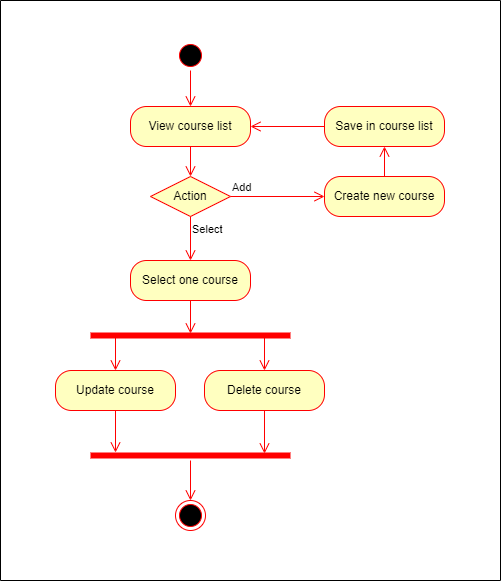
Before: Materials/Activity Diagrams/AD_Manage Course.png, a diagram exported from draw.io (iprosenjitp/Tech-School). Source tidied: cells renumbered, new cells last; positions are measured from the earlier drawing's top-left corner, leaving out a move shared by most shapes. Source of this version:
```xml
<mxGraphModel background="#ffffff">
  <root>
    <mxCell id="0" />
    <mxCell id="1" parent="0" />
    <mxCell id="2" style="ellipse;html=1;shape=startState;fillColor=#000000;strokeColor=#ff0000;" parent="1" vertex="1">
      <mxGeometry x="175" y="40" width="30" height="30" as="geometry" />
    </mxCell>
    <mxCell id="3" style="edgeStyle=orthogonalEdgeStyle;html=1;verticalAlign=bottom;endArrow=open;endSize=8;strokeColor=#ff0000;rounded=0;entryX=0.5;entryY=0;entryDx=0;entryDy=0;" parent="1" edge="1" source="2" target="4">
      <mxGeometry relative="1" as="geometry" />
    </mxCell>
    <mxCell id="4" value="View course list" style="rounded=1;whiteSpace=wrap;html=1;arcSize=40;fontColor=#000000;fillColor=#ffffc0;strokeColor=#ff0000;" parent="1" vertex="1">
      <mxGeometry x="130" y="106" width="120" height="40" as="geometry" />
    </mxCell>
    <mxCell id="5" style="edgeStyle=orthogonalEdgeStyle;html=1;verticalAlign=bottom;endArrow=open;endSize=8;strokeColor=#ff0000;rounded=0;" parent="1" edge="1" source="4" target="17">
      <mxGeometry relative="1" as="geometry" />
    </mxCell>
    <mxCell id="6" value="Select one course" style="rounded=1;whiteSpace=wrap;html=1;arcSize=40;fontColor=#000000;fillColor=#ffffc0;strokeColor=#ff0000;" parent="1" vertex="1">
      <mxGeometry x="130" y="260" width="120" height="40" as="geometry" />
    </mxCell>
    <mxCell id="7" style="edgeStyle=orthogonalEdgeStyle;html=1;verticalAlign=bottom;endArrow=open;endSize=8;strokeColor=#ff0000;rounded=0;entryX=0.5;entryY=0.3;entryDx=0;entryDy=0;entryPerimeter=0;" parent="1" edge="1" source="6" target="8">
      <mxGeometry relative="1" as="geometry" />
    </mxCell>
    <mxCell id="8" style="shape=line;html=1;strokeWidth=6;strokeColor=#ff0000;" parent="1" vertex="1">
      <mxGeometry x="90" y="330" width="200" height="10" as="geometry" />
    </mxCell>
    <mxCell id="9" style="edgeStyle=orthogonalEdgeStyle;rounded=0;jettySize=auto;html=1;exitX=0.125;exitY=0.5;exitDx=0;exitDy=0;entryX=0.5;entryY=0;entryDx=0;entryDy=0;exitPerimeter=0;fillColor=#f8cecc;strokeColor=#FF0000;endArrow=open;endFill=0;endSize=8;" parent="1" edge="1" source="8" target="11">
      <mxGeometry relative="1" as="geometry" />
    </mxCell>
    <mxCell id="10" style="edgeStyle=orthogonalEdgeStyle;rounded=0;jettySize=auto;html=1;exitX=0.5;exitY=1;exitDx=0;exitDy=0;entryX=0.125;entryY=0.2;entryDx=0;entryDy=0;entryPerimeter=0;endArrow=open;endFill=0;endSize=8;strokeColor=#FF0000;" parent="1" edge="1" source="11" target="15">
      <mxGeometry relative="1" as="geometry" />
    </mxCell>
    <mxCell id="11" value="Update course" style="rounded=1;whiteSpace=wrap;html=1;arcSize=40;fontColor=#000000;fillColor=#ffffc0;strokeColor=#ff0000;" parent="1" vertex="1">
      <mxGeometry x="55" y="370" width="120" height="40" as="geometry" />
    </mxCell>
    <mxCell id="12" style="edgeStyle=orthogonalEdgeStyle;rounded=0;jettySize=auto;html=1;exitX=0.87;exitY=0.6;exitDx=0;exitDy=0;entryX=0.5;entryY=0;entryDx=0;entryDy=0;exitPerimeter=0;fillColor=#f8cecc;strokeColor=#FF0000;endArrow=open;endFill=0;endSize=8;" parent="1" edge="1" source="8" target="14">
      <mxGeometry relative="1" as="geometry" />
    </mxCell>
    <mxCell id="13" style="edgeStyle=orthogonalEdgeStyle;rounded=0;jettySize=auto;html=1;exitX=0.5;exitY=1;exitDx=0;exitDy=0;entryX=0.87;entryY=0.3;entryDx=0;entryDy=0;entryPerimeter=0;endArrow=open;endFill=0;endSize=8;strokeColor=#FF0000;" parent="1" edge="1" source="14" target="15">
      <mxGeometry relative="1" as="geometry" />
    </mxCell>
    <mxCell id="14" value="Delete course" style="rounded=1;whiteSpace=wrap;html=1;arcSize=40;fontColor=#000000;fillColor=#ffffc0;strokeColor=#ff0000;" parent="1" vertex="1">
      <mxGeometry x="204" y="370" width="120" height="40" as="geometry" />
    </mxCell>
    <mxCell id="15" style="shape=line;html=1;strokeWidth=6;strokeColor=#ff0000;" parent="1" vertex="1">
      <mxGeometry x="90" y="450" width="200" height="10" as="geometry" />
    </mxCell>
    <mxCell id="16" style="edgeStyle=orthogonalEdgeStyle;html=1;verticalAlign=bottom;endArrow=open;endSize=8;strokeColor=#ff0000;rounded=0;entryX=0.5;entryY=0;entryDx=0;entryDy=0;" parent="1" edge="1" source="15" target="24">
      <mxGeometry relative="1" as="geometry" />
    </mxCell>
    <mxCell id="17" value="Action" style="rhombus;whiteSpace=wrap;html=1;fontColor=#000000;fillColor=#ffffc0;strokeColor=#ff0000;" parent="1" vertex="1">
      <mxGeometry x="150" y="176" width="80" height="40" as="geometry" />
    </mxCell>
    <mxCell id="18" value="Add" style="edgeStyle=orthogonalEdgeStyle;html=1;align=left;verticalAlign=bottom;endArrow=open;endSize=8;strokeColor=#ff0000;rounded=0;entryX=0;entryY=0.5;entryDx=0;entryDy=0;" parent="1" edge="1" source="17" target="20">
      <mxGeometry x="-1" relative="1" as="geometry" />
    </mxCell>
    <mxCell id="19" value="Select" style="edgeStyle=orthogonalEdgeStyle;html=1;align=left;verticalAlign=top;endArrow=open;endSize=8;strokeColor=#ff0000;rounded=0;entryX=0.5;entryY=0;entryDx=0;entryDy=0;" parent="1" edge="1" source="17" target="6">
      <mxGeometry x="-1" relative="1" as="geometry" />
    </mxCell>
    <mxCell id="20" value="Create new course" style="rounded=1;whiteSpace=wrap;html=1;arcSize=40;fontColor=#000000;fillColor=#ffffc0;strokeColor=#ff0000;" parent="1" vertex="1">
      <mxGeometry x="324" y="176" width="120" height="40" as="geometry" />
    </mxCell>
    <mxCell id="21" style="edgeStyle=orthogonalEdgeStyle;html=1;verticalAlign=bottom;endArrow=open;endSize=8;strokeColor=#ff0000;rounded=0;entryX=0.5;entryY=1;entryDx=0;entryDy=0;" parent="1" edge="1" source="20" target="22">
      <mxGeometry relative="1" as="geometry" />
    </mxCell>
    <mxCell id="22" value="Save in course list" style="rounded=1;whiteSpace=wrap;html=1;arcSize=40;fontColor=#000000;fillColor=#ffffc0;strokeColor=#ff0000;" parent="1" vertex="1">
      <mxGeometry x="324" y="106" width="120" height="40" as="geometry" />
    </mxCell>
    <mxCell id="23" style="edgeStyle=orthogonalEdgeStyle;html=1;verticalAlign=bottom;endArrow=open;endSize=8;strokeColor=#ff0000;rounded=0;entryX=1;entryY=0.5;entryDx=0;entryDy=0;" parent="1" edge="1" source="22" target="4">
      <mxGeometry relative="1" as="geometry" />
    </mxCell>
    <mxCell id="24" style="ellipse;html=1;shape=endState;fillColor=#000000;strokeColor=#ff0000;" parent="1" vertex="1">
      <mxGeometry x="175" y="500" width="30" height="30" as="geometry" />
    </mxCell>
    <mxCell id="25" style="swimlane;startSize=0;" parent="1" vertex="1">
      <mxGeometry width="500" height="580" as="geometry" />
    </mxCell>
  </root>
</mxGraphModel>
```
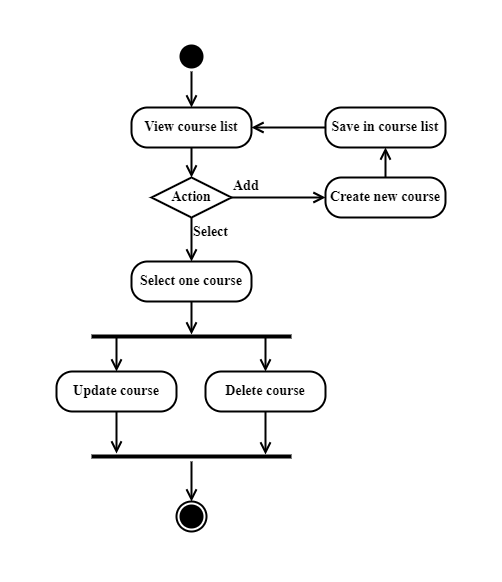
The same file after the commit.

The edit, as a diff of the source:
```diff
@@ -2,76 +2,76 @@
   <root>
     <mxCell id="0" />
     <mxCell id="1" parent="0" />
-    <mxCell id="2" style="ellipse;html=1;shape=startState;fillColor=#000000;strokeColor=#ff0000;" parent="1" vertex="1">
+    <mxCell id="2" style="ellipse;html=1;shape=startState;fontSize=14;fontStyle=1;strokeWidth=2;fillColor=#000000;fontFamily=Times New Roman;" parent="1" vertex="1">
       <mxGeometry x="175" y="40" width="30" height="30" as="geometry" />
     </mxCell>
-    <mxCell id="3" style="edgeStyle=orthogonalEdgeStyle;html=1;verticalAlign=bottom;endArrow=open;endSize=8;strokeColor=#ff0000;rounded=0;entryX=0.5;entryY=0;entryDx=0;entryDy=0;" parent="1" edge="1" source="2" target="4">
+    <mxCell id="3" style="edgeStyle=orthogonalEdgeStyle;html=1;verticalAlign=bottom;endArrow=open;endSize=8;rounded=0;entryX=0.5;entryY=0;entryDx=0;entryDy=0;fontSize=14;fontStyle=1;strokeWidth=2;fontFamily=Times New Roman;" parent="1" edge="1" source="2" target="4">
       <mxGeometry relative="1" as="geometry" />
     </mxCell>
-    <mxCell id="4" value="View course list" style="rounded=1;whiteSpace=wrap;html=1;arcSize=40;fontColor=#000000;fillColor=#ffffc0;strokeColor=#ff0000;" parent="1" vertex="1">
+    <mxCell id="4" value="View course list" style="rounded=1;whiteSpace=wrap;html=1;arcSize=40;fontSize=14;fontStyle=1;strokeWidth=2;fontFamily=Times New Roman;" parent="1" vertex="1">
       <mxGeometry x="130" y="106" width="120" height="40" as="geometry" />
     </mxCell>
-    <mxCell id="5" style="edgeStyle=orthogonalEdgeStyle;html=1;verticalAlign=bottom;endArrow=open;endSize=8;strokeColor=#ff0000;rounded=0;" parent="1" edge="1" source="4" target="17">
+    <mxCell id="5" style="edgeStyle=orthogonalEdgeStyle;html=1;verticalAlign=bottom;endArrow=open;endSize=8;rounded=0;fontSize=14;fontStyle=1;strokeWidth=2;fontFamily=Times New Roman;" parent="1" edge="1" source="4" target="17">
       <mxGeometry relative="1" as="geometry" />
     </mxCell>
-    <mxCell id="6" value="Select one course" style="rounded=1;whiteSpace=wrap;html=1;arcSize=40;fontColor=#000000;fillColor=#ffffc0;strokeColor=#ff0000;" parent="1" vertex="1">
+    <mxCell id="6" value="Select one course" style="rounded=1;whiteSpace=wrap;html=1;arcSize=40;fontSize=14;fontStyle=1;strokeWidth=2;fontFamily=Times New Roman;" parent="1" vertex="1">
       <mxGeometry x="130" y="260" width="120" height="40" as="geometry" />
     </mxCell>
-    <mxCell id="7" style="edgeStyle=orthogonalEdgeStyle;html=1;verticalAlign=bottom;endArrow=open;endSize=8;strokeColor=#ff0000;rounded=0;entryX=0.5;entryY=0.3;entryDx=0;entryDy=0;entryPerimeter=0;" parent="1" edge="1" source="6" target="8">
+    <mxCell id="7" style="edgeStyle=orthogonalEdgeStyle;html=1;verticalAlign=bottom;endArrow=open;endSize=8;rounded=0;entryX=0.5;entryY=0.3;entryDx=0;entryDy=0;entryPerimeter=0;fontSize=14;fontStyle=1;strokeWidth=2;fontFamily=Times New Roman;" parent="1" edge="1" source="6" target="8">
       <mxGeometry relative="1" as="geometry" />
     </mxCell>
-    <mxCell id="8" style="shape=line;html=1;strokeWidth=6;strokeColor=#ff0000;" parent="1" vertex="1">
+    <mxCell id="8" style="shape=line;html=1;strokeWidth=4;fontSize=14;fontStyle=1;fontFamily=Times New Roman;" parent="1" vertex="1">
       <mxGeometry x="90" y="330" width="200" height="10" as="geometry" />
     </mxCell>
-    <mxCell id="9" style="edgeStyle=orthogonalEdgeStyle;rounded=0;jettySize=auto;html=1;exitX=0.125;exitY=0.5;exitDx=0;exitDy=0;entryX=0.5;entryY=0;entryDx=0;entryDy=0;exitPerimeter=0;fillColor=#f8cecc;strokeColor=#FF0000;endArrow=open;endFill=0;endSize=8;" parent="1" edge="1" source="8" target="11">
+    <mxCell id="9" style="edgeStyle=orthogonalEdgeStyle;rounded=0;jettySize=auto;html=1;exitX=0.125;exitY=0.5;exitDx=0;exitDy=0;entryX=0.5;entryY=0;entryDx=0;entryDy=0;exitPerimeter=0;endArrow=open;endFill=0;endSize=8;fontSize=14;fontStyle=1;strokeWidth=2;fontFamily=Times New Roman;" parent="1" edge="1" source="8" target="11">
       <mxGeometry relative="1" as="geometry" />
     </mxCell>
-    <mxCell id="10" style="edgeStyle=orthogonalEdgeStyle;rounded=0;jettySize=auto;html=1;exitX=0.5;exitY=1;exitDx=0;exitDy=0;entryX=0.125;entryY=0.2;entryDx=0;entryDy=0;entryPerimeter=0;endArrow=open;endFill=0;endSize=8;strokeColor=#FF0000;" parent="1" edge="1" source="11" target="15">
+    <mxCell id="10" style="edgeStyle=orthogonalEdgeStyle;rounded=0;jettySize=auto;html=1;exitX=0.5;exitY=1;exitDx=0;exitDy=0;entryX=0.125;entryY=0.2;entryDx=0;entryDy=0;entryPerimeter=0;endArrow=open;endFill=0;endSize=8;fontSize=14;fontStyle=1;strokeWidth=2;fontFamily=Times New Roman;" parent="1" edge="1" source="11" target="15">
       <mxGeometry relative="1" as="geometry" />
     </mxCell>
-    <mxCell id="11" value="Update course" style="rounded=1;whiteSpace=wrap;html=1;arcSize=40;fontColor=#000000;fillColor=#ffffc0;strokeColor=#ff0000;" parent="1" vertex="1">
+    <mxCell id="11" value="Update course" style="rounded=1;whiteSpace=wrap;html=1;arcSize=40;fontSize=14;fontStyle=1;strokeWidth=2;fontFamily=Times New Roman;" parent="1" vertex="1">
       <mxGeometry x="55" y="370" width="120" height="40" as="geometry" />
     </mxCell>
-    <mxCell id="12" style="edgeStyle=orthogonalEdgeStyle;rounded=0;jettySize=auto;html=1;exitX=0.87;exitY=0.6;exitDx=0;exitDy=0;entryX=0.5;entryY=0;entryDx=0;entryDy=0;exitPerimeter=0;fillColor=#f8cecc;strokeColor=#FF0000;endArrow=open;endFill=0;endSize=8;" parent="1" edge="1" source="8" target="14">
+    <mxCell id="12" style="edgeStyle=orthogonalEdgeStyle;rounded=0;jettySize=auto;html=1;exitX=0.87;exitY=0.6;exitDx=0;exitDy=0;entryX=0.5;entryY=0;entryDx=0;entryDy=0;exitPerimeter=0;endArrow=open;endFill=0;endSize=8;fontSize=14;fontStyle=1;strokeWidth=2;fontFamily=Times New Roman;" parent="1" edge="1" source="8" target="14">
       <mxGeometry relative="1" as="geometry" />
     </mxCell>
-    <mxCell id="13" style="edgeStyle=orthogonalEdgeStyle;rounded=0;jettySize=auto;html=1;exitX=0.5;exitY=1;exitDx=0;exitDy=0;entryX=0.87;entryY=0.3;entryDx=0;entryDy=0;entryPerimeter=0;endArrow=open;endFill=0;endSize=8;strokeColor=#FF0000;" parent="1" edge="1" source="14" target="15">
+    <mxCell id="13" style="edgeStyle=orthogonalEdgeStyle;rounded=0;jettySize=auto;html=1;exitX=0.5;exitY=1;exitDx=0;exitDy=0;entryX=0.87;entryY=0.3;entryDx=0;entryDy=0;entryPerimeter=0;endArrow=open;endFill=0;endSize=8;fontSize=14;fontStyle=1;strokeWidth=2;fontFamily=Times New Roman;" parent="1" edge="1" source="14" target="15">
       <mxGeometry relative="1" as="geometry" />
     </mxCell>
-    <mxCell id="14" value="Delete course" style="rounded=1;whiteSpace=wrap;html=1;arcSize=40;fontColor=#000000;fillColor=#ffffc0;strokeColor=#ff0000;" parent="1" vertex="1">
+    <mxCell id="14" value="Delete course" style="rounded=1;whiteSpace=wrap;html=1;arcSize=40;fontSize=14;fontStyle=1;strokeWidth=2;fontFamily=Times New Roman;" parent="1" vertex="1">
       <mxGeometry x="204" y="370" width="120" height="40" as="geometry" />
     </mxCell>
-    <mxCell id="15" style="shape=line;html=1;strokeWidth=6;strokeColor=#ff0000;" parent="1" vertex="1">
+    <mxCell id="15" style="shape=line;html=1;strokeWidth=4;fontSize=14;fontStyle=1;fontFamily=Times New Roman;" parent="1" vertex="1">
       <mxGeometry x="90" y="450" width="200" height="10" as="geometry" />
     </mxCell>
-    <mxCell id="16" style="edgeStyle=orthogonalEdgeStyle;html=1;verticalAlign=bottom;endArrow=open;endSize=8;strokeColor=#ff0000;rounded=0;entryX=0.5;entryY=0;entryDx=0;entryDy=0;" parent="1" edge="1" source="15" target="24">
+    <mxCell id="16" style="edgeStyle=orthogonalEdgeStyle;html=1;verticalAlign=bottom;endArrow=open;endSize=8;rounded=0;entryX=0.5;entryY=0;entryDx=0;entryDy=0;fontSize=14;fontStyle=1;strokeWidth=2;fontFamily=Times New Roman;" parent="1" edge="1" source="15" target="24">
       <mxGeometry relative="1" as="geometry" />
     </mxCell>
-    <mxCell id="17" value="Action" style="rhombus;whiteSpace=wrap;html=1;fontColor=#000000;fillColor=#ffffc0;strokeColor=#ff0000;" parent="1" vertex="1">
+    <mxCell id="17" value="Action" style="rhombus;whiteSpace=wrap;html=1;fontSize=14;fontStyle=1;strokeWidth=2;fontFamily=Times New Roman;" parent="1" vertex="1">
       <mxGeometry x="150" y="176" width="80" height="40" as="geometry" />
     </mxCell>
-    <mxCell id="18" value="Add" style="edgeStyle=orthogonalEdgeStyle;html=1;align=left;verticalAlign=bottom;endArrow=open;endSize=8;strokeColor=#ff0000;rounded=0;entryX=0;entryY=0.5;entryDx=0;entryDy=0;" parent="1" edge="1" source="17" target="20">
+    <mxCell id="18" value="Add" style="edgeStyle=orthogonalEdgeStyle;html=1;align=left;verticalAlign=bottom;endArrow=open;endSize=8;rounded=0;entryX=0;entryY=0.5;entryDx=0;entryDy=0;fontSize=14;fontStyle=1;strokeWidth=2;fontFamily=Times New Roman;" parent="1" edge="1" source="17" target="20">
       <mxGeometry x="-1" relative="1" as="geometry" />
     </mxCell>
-    <mxCell id="19" value="Select" style="edgeStyle=orthogonalEdgeStyle;html=1;align=left;verticalAlign=top;endArrow=open;endSize=8;strokeColor=#ff0000;rounded=0;entryX=0.5;entryY=0;entryDx=0;entryDy=0;" parent="1" edge="1" source="17" target="6">
+    <mxCell id="19" value="Select" style="edgeStyle=orthogonalEdgeStyle;html=1;align=left;verticalAlign=top;endArrow=open;endSize=8;rounded=0;entryX=0.5;entryY=0;entryDx=0;entryDy=0;fontSize=14;fontStyle=1;strokeWidth=2;fontFamily=Times New Roman;" parent="1" edge="1" source="17" target="6">
       <mxGeometry x="-1" relative="1" as="geometry" />
     </mxCell>
-    <mxCell id="20" value="Create new course" style="rounded=1;whiteSpace=wrap;html=1;arcSize=40;fontColor=#000000;fillColor=#ffffc0;strokeColor=#ff0000;" parent="1" vertex="1">
+    <mxCell id="20" value="Create new course" style="rounded=1;whiteSpace=wrap;html=1;arcSize=40;fontSize=14;fontStyle=1;strokeWidth=2;fontFamily=Times New Roman;" parent="1" vertex="1">
       <mxGeometry x="324" y="176" width="120" height="40" as="geometry" />
     </mxCell>
-    <mxCell id="21" style="edgeStyle=orthogonalEdgeStyle;html=1;verticalAlign=bottom;endArrow=open;endSize=8;strokeColor=#ff0000;rounded=0;entryX=0.5;entryY=1;entryDx=0;entryDy=0;" parent="1" edge="1" source="20" target="22">
+    <mxCell id="21" style="edgeStyle=orthogonalEdgeStyle;html=1;verticalAlign=bottom;endArrow=open;endSize=8;rounded=0;entryX=0.5;entryY=1;entryDx=0;entryDy=0;fontSize=14;fontStyle=1;strokeWidth=2;fontFamily=Times New Roman;" parent="1" edge="1" source="20" target="22">
       <mxGeometry relative="1" as="geometry" />
     </mxCell>
-    <mxCell id="22" value="Save in course list" style="rounded=1;whiteSpace=wrap;html=1;arcSize=40;fontColor=#000000;fillColor=#ffffc0;strokeColor=#ff0000;" parent="1" vertex="1">
+    <mxCell id="22" value="Save in course list" style="rounded=1;whiteSpace=wrap;html=1;arcSize=40;fontSize=14;fontStyle=1;strokeWidth=2;fontFamily=Times New Roman;" parent="1" vertex="1">
       <mxGeometry x="324" y="106" width="120" height="40" as="geometry" />
     </mxCell>
-    <mxCell id="23" style="edgeStyle=orthogonalEdgeStyle;html=1;verticalAlign=bottom;endArrow=open;endSize=8;strokeColor=#ff0000;rounded=0;entryX=1;entryY=0.5;entryDx=0;entryDy=0;" parent="1" edge="1" source="22" target="4">
+    <mxCell id="23" style="edgeStyle=orthogonalEdgeStyle;html=1;verticalAlign=bottom;endArrow=open;endSize=8;rounded=0;entryX=1;entryY=0.5;entryDx=0;entryDy=0;fontSize=14;fontStyle=1;strokeWidth=2;fontFamily=Times New Roman;" parent="1" edge="1" source="22" target="4">
       <mxGeometry relative="1" as="geometry" />
     </mxCell>
-    <mxCell id="24" style="ellipse;html=1;shape=endState;fillColor=#000000;strokeColor=#ff0000;" parent="1" vertex="1">
+    <mxCell id="24" style="ellipse;html=1;shape=endState;fontSize=14;fontStyle=1;strokeWidth=2;fillColor=#000000;fontFamily=Times New Roman;" parent="1" vertex="1">
       <mxGeometry x="175" y="500" width="30" height="30" as="geometry" />
     </mxCell>
-    <mxCell id="25" style="swimlane;startSize=0;" parent="1" vertex="1">
+    <mxCell id="25" style="swimlane;startSize=0;fontSize=14;fontStyle=1;strokeWidth=2;strokeColor=#FFFFFF;fontFamily=Times New Roman;" parent="1" vertex="1">
       <mxGeometry width="500" height="580" as="geometry" />
     </mxCell>
   </root>
```
